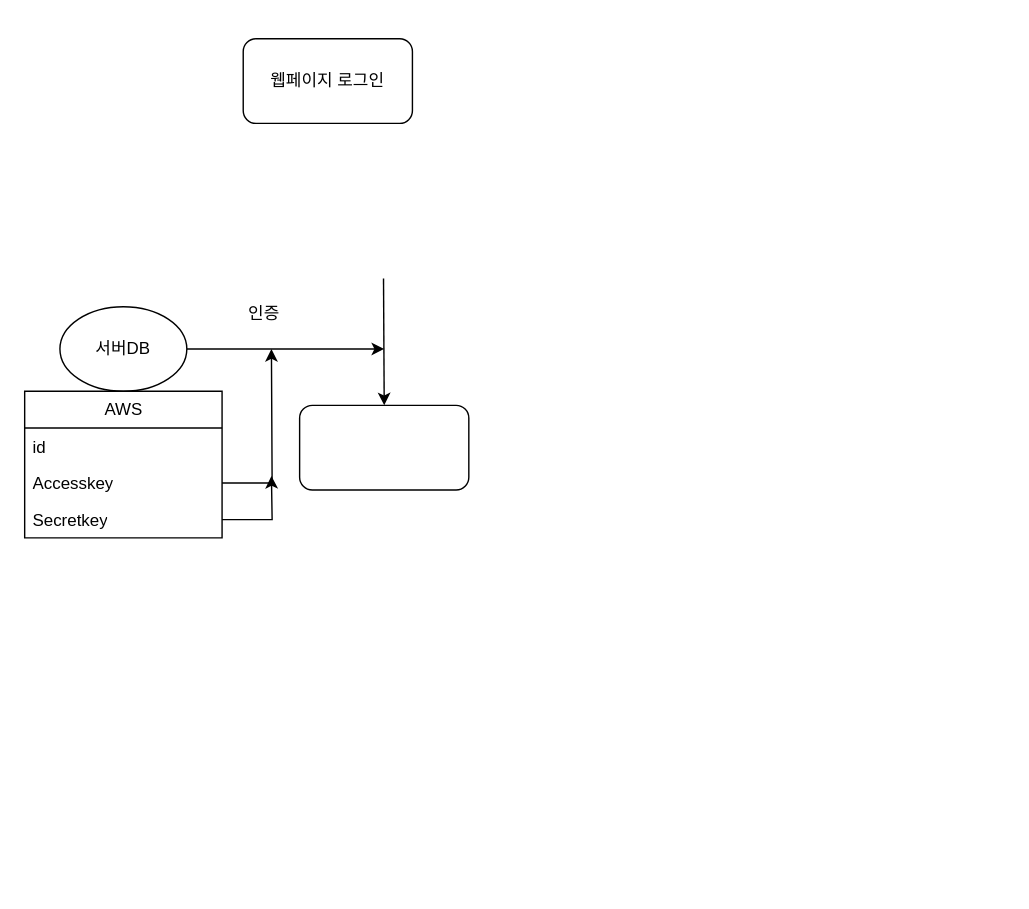
Earlier version of the draw.io diagram devops.drawio (Junhyeong1107/Architect). Source tidied: cells renumbered, new cells numbered last; positions are measured from the earlier drawing's top-left corner, leaving out a move shared by most shapes. Both pictures are drawn from the tidied source at 141%, with x=0, y=0 at pixel (24, 38).
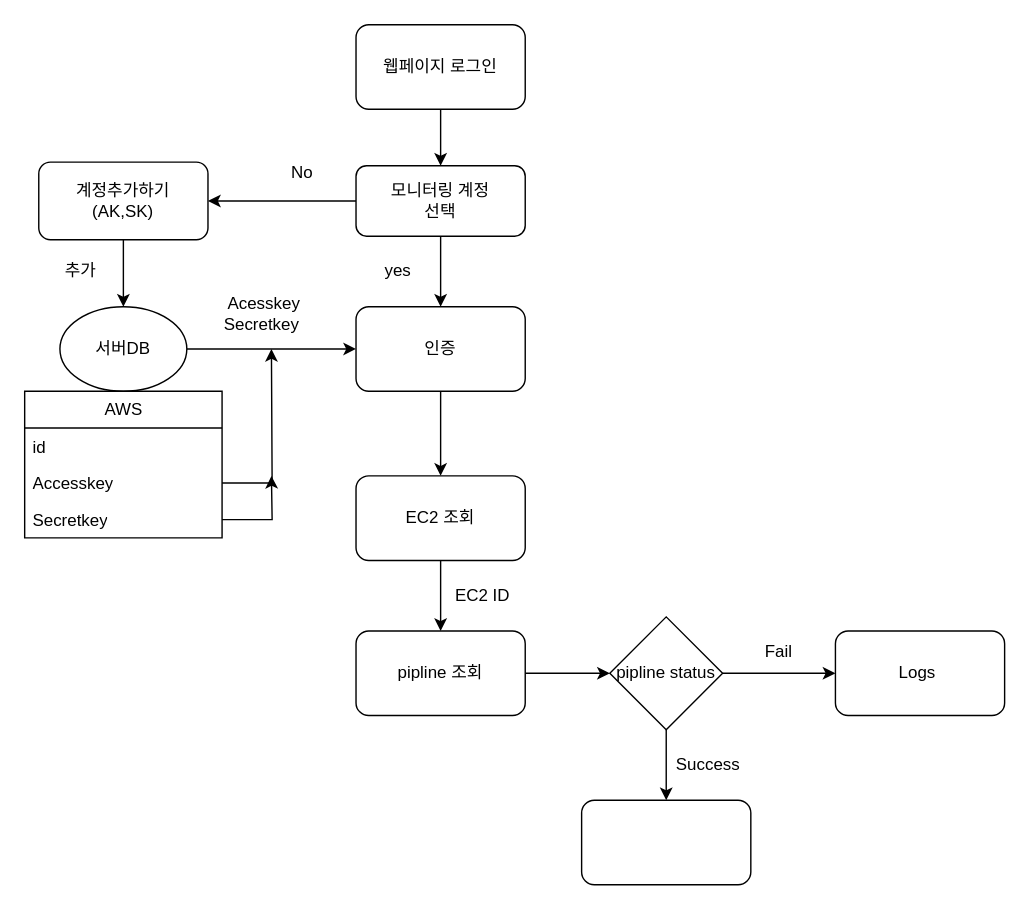
Above is the later version.

Unchanged cells that the change refers to:
```xml
<mxCell id="6" value="서버DB" style="ellipse;whiteSpace=wrap;html=1;" parent="1" vertex="1">
  <mxGeometry x="25" y="190" width="90" height="60" as="geometry" />
</mxCell>
```

Diff of the diagram source:
```diff
@@
+    <mxCell id="14" style="edgeStyle=orthogonalEdgeStyle;rounded=0;jettySize=auto;html=1;exitX=0.5;exitY=1;exitDx=0;exitDy=0;" parent="1" edge="1" source="2" target="18">
+      <mxGeometry relative="1" as="geometry" />
+    </mxCell>
     <mxCell id="2" value="웹페이지 로그인" style="rounded=1;whiteSpace=wrap;html=1;" parent="1" vertex="1">
-      <mxGeometry x="155" width="120" height="60" as="geometry" />
+      <mxGeometry x="235" y="-10" width="120" height="60" as="geometry" />
     </mxCell>
-    <mxCell id="3" style="endArrow=classic;html=1;rounded=0;exitX=0.5;exitY=1;exitDx=0;exitDy=0;" parent="1" edge="1">
-      <mxGeometry relative="1" as="geometry">
-        <mxPoint x="254.5" y="170" as="sourcePoint" />
-        <mxPoint x="255" y="260" as="targetPoint" />
-      </mxGeometry>
-    </mxCell>
+    <mxCell id="15" style="edgeStyle=orthogonalEdgeStyle;rounded=0;jettySize=auto;html=1;exitX=0.5;exitY=1;exitDx=0;exitDy=0;entryX=0.5;entryY=0;entryDx=0;entryDy=0;" parent="1" edge="1" source="4" target="27">
+      <mxGeometry relative="1" as="geometry" />
+    </mxCell>
-    <mxCell id="4" style="rounded=1;whiteSpace=wrap;html=1;" parent="1" vertex="1">
-      <mxGeometry x="195" y="260" width="120" height="60" as="geometry" />
+    <mxCell id="4" value="EC2 조회" style="rounded=1;whiteSpace=wrap;html=1;" parent="1" vertex="1">
+      <mxGeometry x="235" y="310" width="120" height="60" as="geometry" />
     </mxCell>
-    <mxCell id="5" style="edgeStyle=orthogonalEdgeStyle;rounded=0;jettySize=auto;html=1;exitX=1;exitY=0.5;exitDx=0;exitDy=0;" parent="1" edge="1" source="6">
-      <mxGeometry relative="1" as="geometry">
-        <mxPoint x="255" y="220" as="targetPoint" />
-      </mxGeometry>
+    <mxCell id="5" style="edgeStyle=orthogonalEdgeStyle;rounded=0;jettySize=auto;html=1;exitX=1;exitY=0.5;exitDx=0;exitDy=0;entryX=0;entryY=0.5;entryDx=0;entryDy=0;" parent="1" edge="1" source="6" target="21">
+      <mxGeometry relative="1" as="geometry" />
     </mxCell>
@@
-    <mxCell id="7" value="인증" style="text;html=1;align=center;verticalAlign=middle;whiteSpace=wrap;rounded=0;" parent="1" vertex="1">
+    <mxCell id="7" value="Acesskey&lt;br&gt;Secretkey&amp;nbsp;" style="text;html=1;align=center;verticalAlign=middle;whiteSpace=wrap;rounded=0;" parent="1" vertex="1">
       <mxGeometry x="140" y="180" width="60" height="30" as="geometry" />
     </mxCell>
@@
+    <mxCell id="16" style="edgeStyle=orthogonalEdgeStyle;rounded=0;jettySize=auto;html=1;entryX=0.5;entryY=0;entryDx=0;entryDy=0;" parent="1" edge="1" source="18" target="21">
+      <mxGeometry relative="1" as="geometry" />
+    </mxCell>
+    <mxCell id="17" style="edgeStyle=orthogonalEdgeStyle;rounded=0;jettySize=auto;html=1;exitX=0;exitY=0.5;exitDx=0;exitDy=0;" parent="1" edge="1" source="18" target="24">
+      <mxGeometry relative="1" as="geometry" />
+    </mxCell>
+    <mxCell id="18" value="모니터링 계정&lt;div&gt;선택&lt;/div&gt;" style="rounded=1;whiteSpace=wrap;html=1;" parent="1" vertex="1">
+      <mxGeometry x="235" y="90" width="120" height="50" as="geometry" />
+    </mxCell>
+    <mxCell id="19" value="yes" style="text;html=1;align=center;verticalAlign=middle;whiteSpace=wrap;rounded=0;" parent="1" vertex="1">
+      <mxGeometry x="235" y="150" width="60" height="30" as="geometry" />
+    </mxCell>
+    <mxCell id="20" style="edgeStyle=orthogonalEdgeStyle;rounded=0;jettySize=auto;html=1;entryX=0.5;entryY=0;entryDx=0;entryDy=0;" parent="1" edge="1" source="21" target="4">
+      <mxGeometry relative="1" as="geometry" />
+    </mxCell>
+    <mxCell id="21" value="인증" style="rounded=1;whiteSpace=wrap;html=1;" parent="1" vertex="1">
+      <mxGeometry x="235" y="190" width="120" height="60" as="geometry" />
+    </mxCell>
+    <mxCell id="22" value="No" style="text;html=1;align=center;verticalAlign=middle;whiteSpace=wrap;rounded=0;" parent="1" vertex="1">
+      <mxGeometry x="175" y="80" width="44" height="30" as="geometry" />
+    </mxCell>
+    <mxCell id="23" style="edgeStyle=orthogonalEdgeStyle;rounded=0;jettySize=auto;html=1;entryX=0.5;entryY=0;entryDx=0;entryDy=0;" parent="1" edge="1" source="24" target="6">
+      <mxGeometry relative="1" as="geometry" />
+    </mxCell>
+    <mxCell id="24" value="계정추가하기&lt;div&gt;(AK,SK)&lt;/div&gt;" style="rounded=1;whiteSpace=wrap;html=1;" parent="1" vertex="1">
+      <mxGeometry x="10" y="87.5" width="120" height="55" as="geometry" />
+    </mxCell>
+    <mxCell id="25" value="추가" style="text;html=1;align=center;verticalAlign=middle;whiteSpace=wrap;rounded=0;" parent="1" vertex="1">
+      <mxGeometry x="10" y="150" width="60" height="30" as="geometry" />
+    </mxCell>
+    <mxCell id="26" style="edgeStyle=orthogonalEdgeStyle;rounded=0;jettySize=auto;html=1;exitX=1;exitY=0.5;exitDx=0;exitDy=0;" parent="1" edge="1" source="27" target="30">
+      <mxGeometry relative="1" as="geometry" />
+    </mxCell>
+    <mxCell id="27" value="pipline 조회" style="rounded=1;whiteSpace=wrap;html=1;" parent="1" vertex="1">
+      <mxGeometry x="235" y="420" width="120" height="60" as="geometry" />
+    </mxCell>
+    <mxCell id="28" style="edgeStyle=orthogonalEdgeStyle;rounded=0;jettySize=auto;html=1;entryX=0;entryY=0.5;entryDx=0;entryDy=0;" parent="1" edge="1" source="30" target="32">
+      <mxGeometry relative="1" as="geometry" />
+    </mxCell>
+    <mxCell id="29" style="edgeStyle=orthogonalEdgeStyle;rounded=0;jettySize=auto;html=1;" parent="1" edge="1" source="30" target="31">
+      <mxGeometry relative="1" as="geometry" />
+    </mxCell>
+    <mxCell id="30" value="pipline status" style="rhombus;whiteSpace=wrap;html=1;" parent="1" vertex="1">
+      <mxGeometry x="415" y="410" width="80" height="80" as="geometry" />
+    </mxCell>
+    <mxCell id="31" style="rounded=1;whiteSpace=wrap;html=1;" parent="1" vertex="1">
+      <mxGeometry x="395" y="540" width="120" height="60" as="geometry" />
+    </mxCell>
+    <mxCell id="32" value="Logs&amp;nbsp;" style="rounded=1;whiteSpace=wrap;html=1;" parent="1" vertex="1">
+      <mxGeometry x="575" y="420" width="120" height="60" as="geometry" />
+    </mxCell>
+    <mxCell id="33" value="EC2 ID" style="text;html=1;align=center;verticalAlign=middle;whiteSpace=wrap;rounded=0;" parent="1" vertex="1">
+      <mxGeometry x="295" y="380" width="60" height="30" as="geometry" />
+    </mxCell>
+    <mxCell id="34" value="Fail" style="text;html=1;align=center;verticalAlign=middle;whiteSpace=wrap;rounded=0;" parent="1" vertex="1">
+      <mxGeometry x="505" y="420" width="60" height="30" as="geometry" />
+    </mxCell>
+    <mxCell id="35" value="Success" style="text;html=1;align=center;verticalAlign=middle;whiteSpace=wrap;rounded=0;" parent="1" vertex="1">
+      <mxGeometry x="455" y="500" width="60" height="30" as="geometry" />
+    </mxCell>
```
